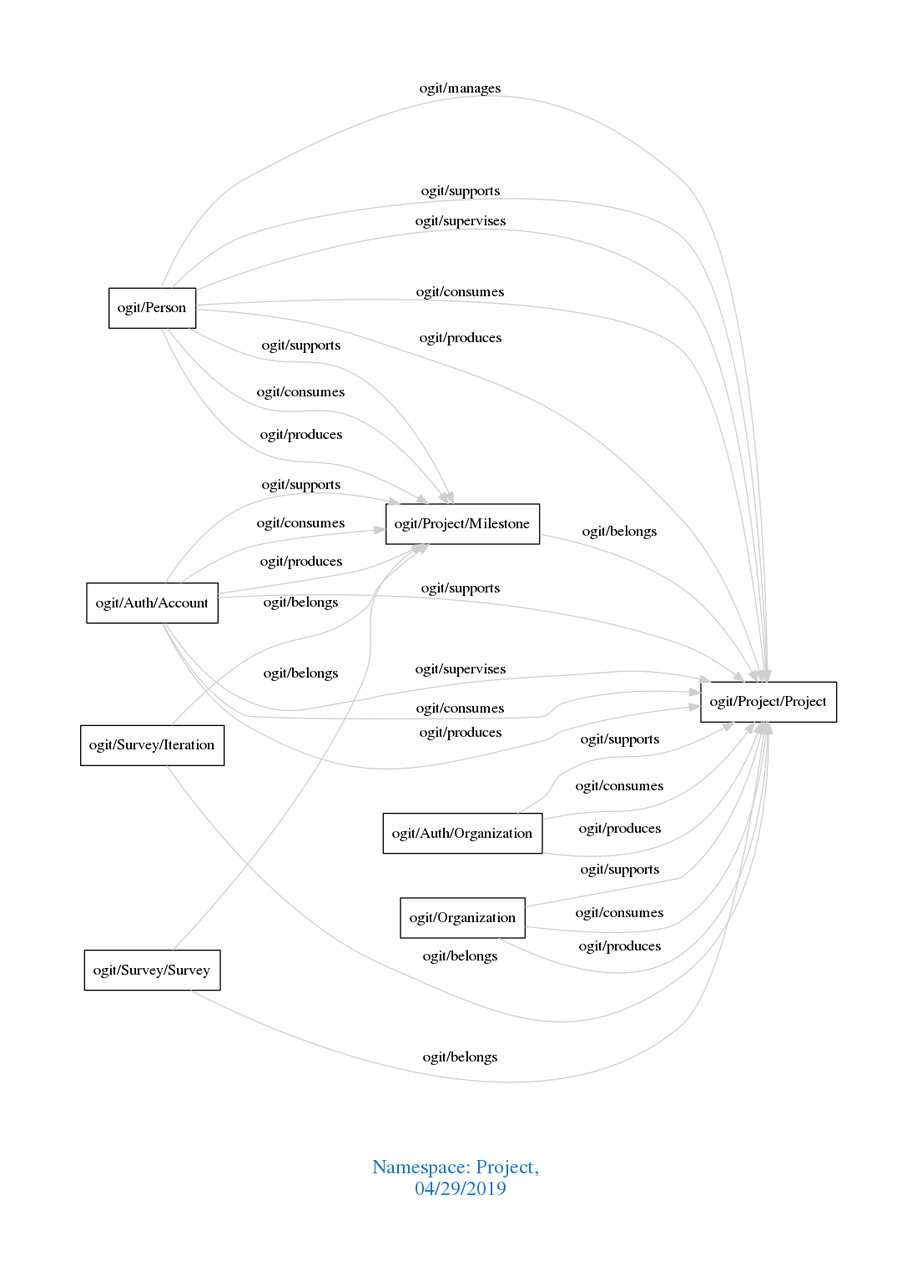
The Graphviz diagram downloads/Project.png in arago/OGIT, before a commit. Its source is kept beside it as downloads/Project.dot.
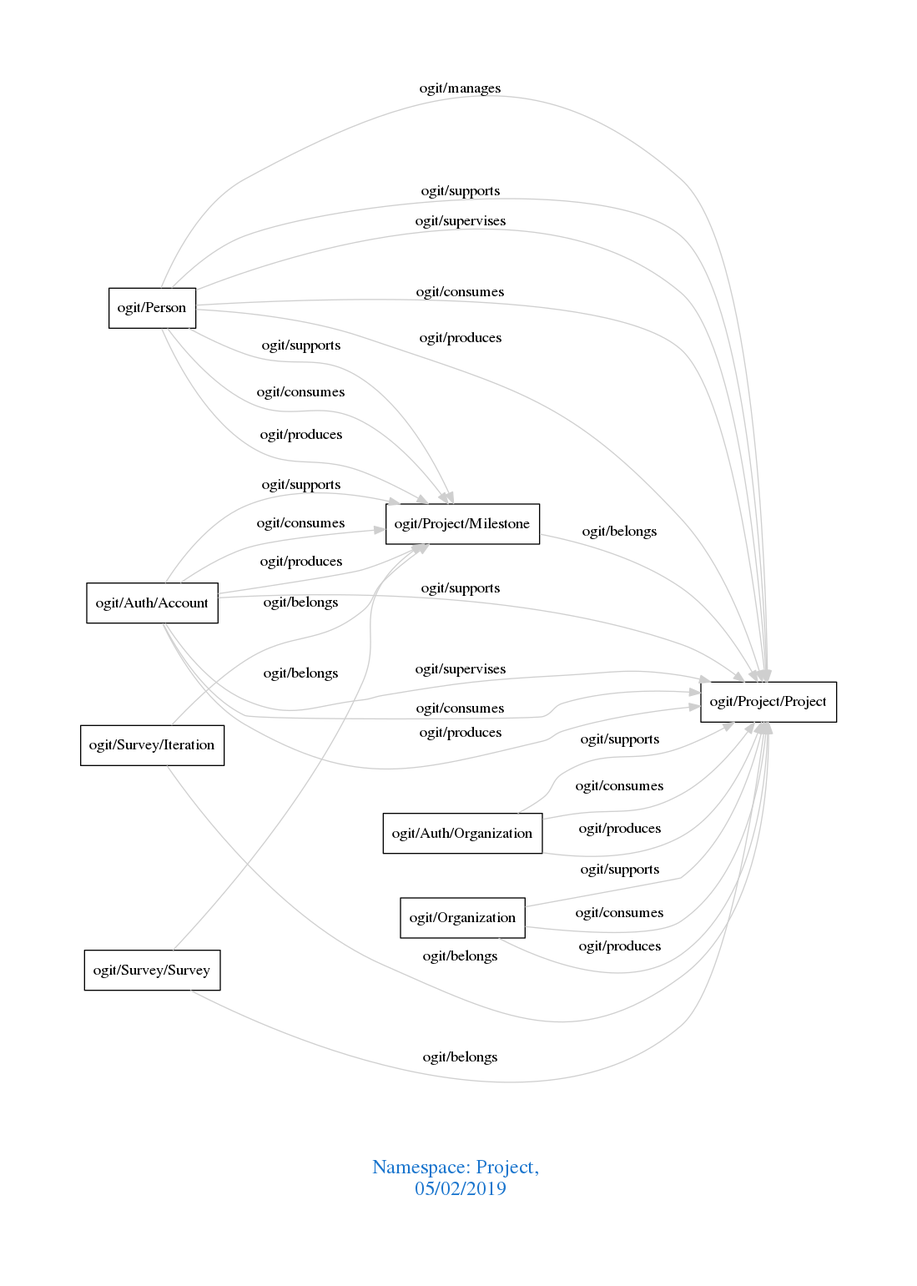
Above is the later version.

Diff of the diagram source:
```diff
@@ -1,7 +1,7 @@
 digraph OGIT_ontology {
  graph [ rankdir= LR,pad=1
 fontsize = 18,
-fontcolor= dodgerblue3,label = "\n\n\nNamespace: Project, \n 04/29/2019"];
+fontcolor= dodgerblue3,label = "\n\n\nNamespace: Project, \n 05/02/2019"];
 node[shape=polygon];
 edge [  color="gray81"];
 
```
